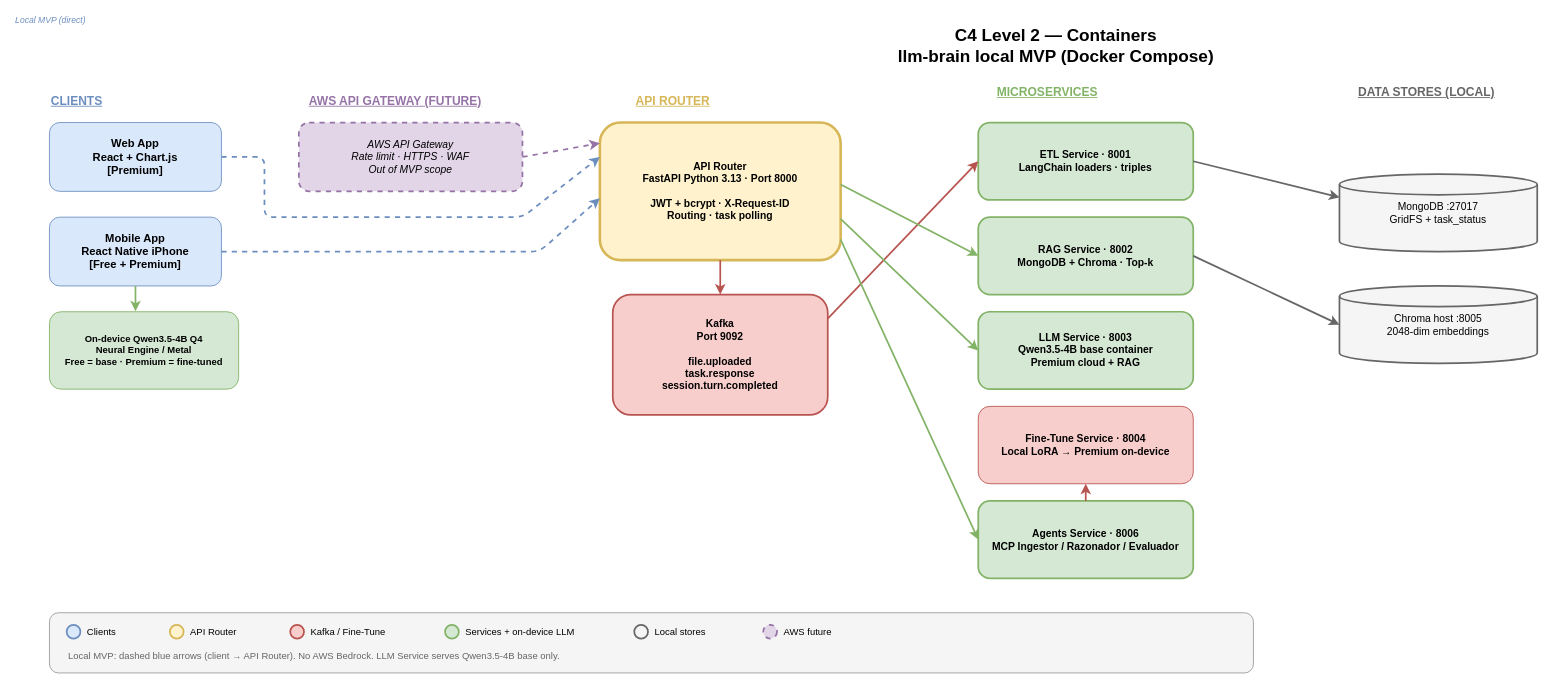
da-ros/llm-brain keeps this draw.io diagram as openspec/changes/objective-1-0-architecture-repo/output/diagrams/c4-container.drawio. Above is the earlier version. Source tidied: cells renumbered, new cells numbered last; positions are measured from the earlier drawing's top-left corner, leaving out a move shared by most shapes. Both pictures are drawn from the tidied source at 86%, with x=0, y=0 at pixel (49, 19).
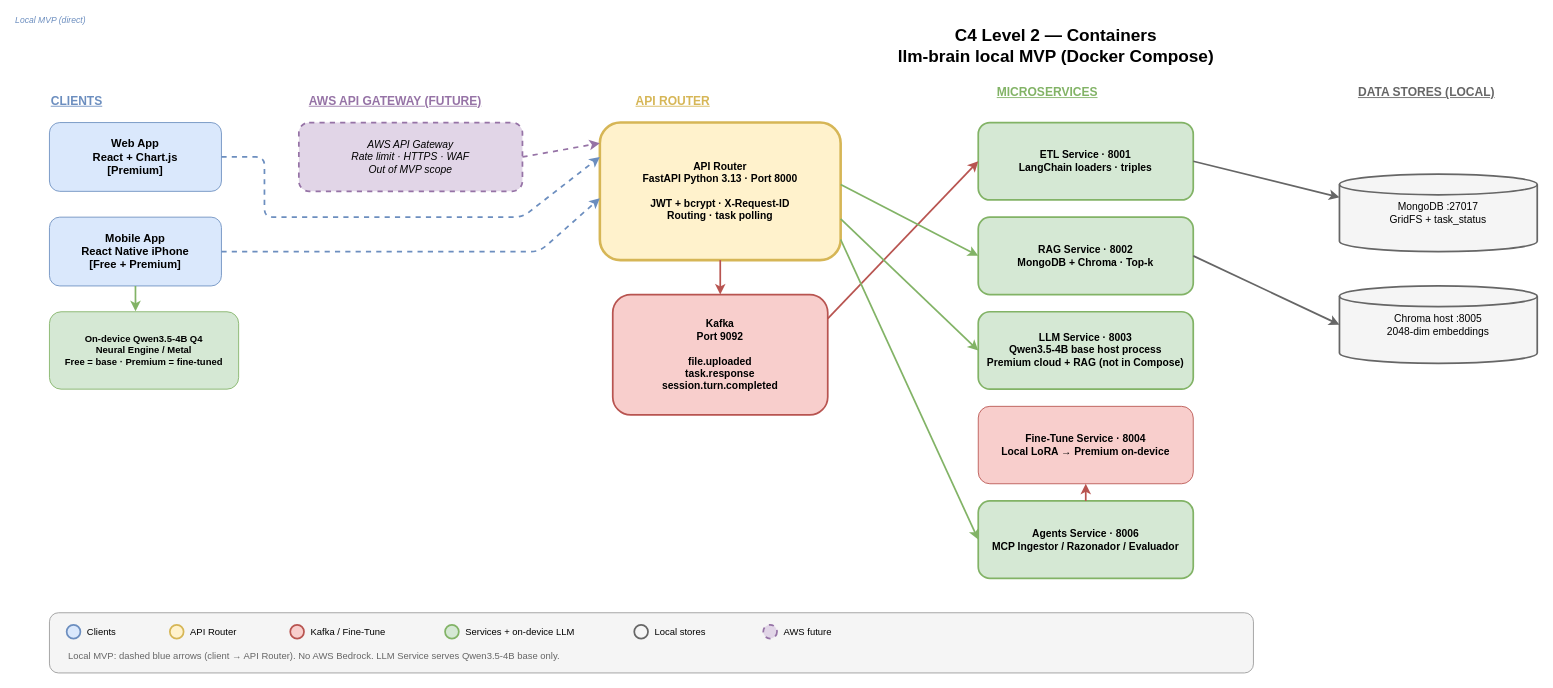
The same page after the edit.

Change to the diagram source:
```diff
@@
-    <mxCell id="15" value="LLM Service · 8003&#10;Qwen3.5-4B base container&#10;Premium cloud + RAG" style="rounded=1;whiteSpace=wrap;html=1;fillColor=#d5e8d4;strokeColor=#82b366;fontSize=12;fontStyle=1;strokeWidth=2;" parent="1" vertex="1">
+    <mxCell id="15" value="LLM Service · 8003&#10;Qwen3.5-4B base host process&#10;Premium cloud + RAG (not in Compose)" style="rounded=1;whiteSpace=wrap;html=1;fillColor=#d5e8d4;strokeColor=#82b366;fontSize=12;fontStyle=1;strokeWidth=2;" parent="1" vertex="1">
       <mxGeometry x="1080" y="340" width="250" height="90" as="geometry" />
     </mxCell>
```
